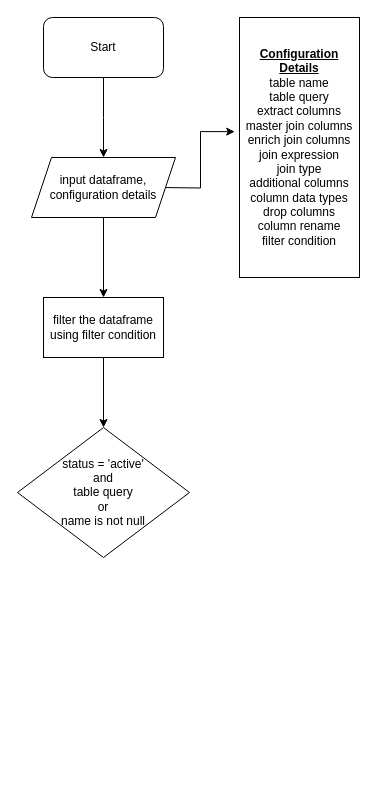
praneethsai83/GenericProcessing keeps this draw.io diagram as page "enrichment" (2 of 2) of JSONParsing.drawio. Above is the earlier version. Source tidied: cells renumbered, new cells numbered last; positions are measured from the earlier drawing's top-left corner, leaving out a move shared by most shapes. Both pictures are drawn from the tidied source at 100%, with x=0, y=0 at pixel (17, 17).
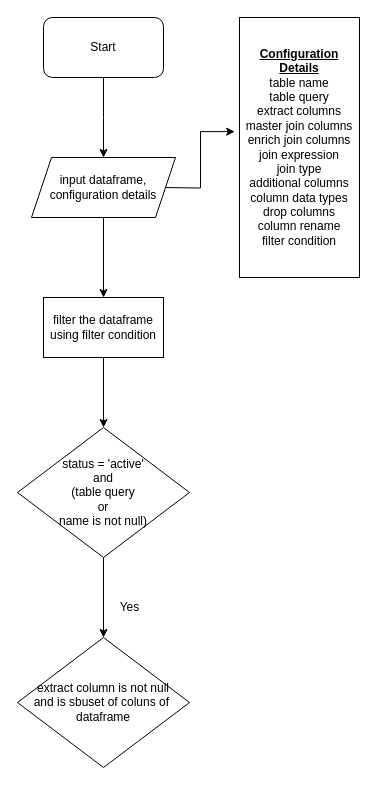
The same page after the edit.

What changed in the source:
```diff
@@
 <mxGraphModel>
   <root>
     <mxCell id="0" />
     <mxCell id="1" parent="0" />
     <mxCell id="2" style="edgeStyle=orthogonalEdgeStyle;rounded=0;jettySize=auto;html=1;" parent="1" edge="1" source="3">
       <mxGeometry relative="1" as="geometry">
         <mxPoint x="86" y="140" as="targetPoint" />
       </mxGeometry>
     </mxCell>
     <mxCell id="3" value="Start" style="rounded=1;whiteSpace=wrap;html=1;" parent="1" vertex="1">
       <mxGeometry x="26" width="120" height="60" as="geometry" />
     </mxCell>
     <mxCell id="4" style="edgeStyle=orthogonalEdgeStyle;rounded=0;jettySize=auto;html=1;entryX=-0.04;entryY=0.439;entryDx=0;entryDy=0;entryPerimeter=0;" parent="1" edge="1" target="5">
       <mxGeometry relative="1" as="geometry">
         <mxPoint x="143" y="170" as="sourcePoint" />
       </mxGeometry>
     </mxCell>
     <mxCell id="5" value="&lt;b&gt;&lt;u&gt;Configuration Details&lt;/u&gt;&lt;/b&gt;&lt;br&gt;table name&lt;br&gt;table query&lt;br&gt;extract columns&lt;br&gt;master join columns&lt;br&gt;enrich join columns&lt;br&gt;join expression&lt;br&gt;join type&lt;br&gt;additional columns&lt;br&gt;column data types&lt;br&gt;drop columns&lt;br&gt;column rename&lt;br&gt;filter condition" style="rounded=0;whiteSpace=wrap;html=1;" parent="1" vertex="1">
       <mxGeometry x="222" width="120" height="260" as="geometry" />
     </mxCell>
     <mxCell id="6" style="edgeStyle=orthogonalEdgeStyle;rounded=0;jettySize=auto;html=1;" parent="1" edge="1" source="7" target="9">
       <mxGeometry relative="1" as="geometry" />
     </mxCell>
     <mxCell id="7" value="input dataframe, configuration details" style="shape=parallelogram;perimeter=parallelogramPerimeter;whiteSpace=wrap;html=1;fixedSize=1;" parent="1" vertex="1">
       <mxGeometry x="14" y="140" width="144" height="60" as="geometry" />
     </mxCell>
     <mxCell id="8" style="edgeStyle=orthogonalEdgeStyle;rounded=0;jettySize=auto;html=1;" parent="1" edge="1" source="9" target="10">
       <mxGeometry relative="1" as="geometry" />
     </mxCell>
     <mxCell id="9" value="filter the dataframe using filter condition" style="whiteSpace=wrap;html=1;" parent="1" vertex="1">
       <mxGeometry x="26" y="280" width="120" height="60" as="geometry" />
     </mxCell>
+    <mxCell id="11" style="edgeStyle=orthogonalEdgeStyle;rounded=0;jettySize=auto;html=1;" parent="1" edge="1" source="10" target="12">
+      <mxGeometry relative="1" as="geometry" />
+    </mxCell>
-    <mxCell id="10" value="status = 'active' &lt;br&gt;and &lt;br&gt;table query &lt;br&gt;or &lt;br&gt;name is not null" style="rhombus;whiteSpace=wrap;html=1;" parent="1" vertex="1">
+    <mxCell id="10" value="status = 'active' &lt;br&gt;and &lt;br&gt;(table query &lt;br&gt;or &lt;br&gt;name is not null)" style="rhombus;whiteSpace=wrap;html=1;" parent="1" vertex="1">
       <mxGeometry y="410" width="172" height="130" as="geometry" />
     </mxCell>
+    <mxCell id="12" value="extract column is not null&lt;br&gt;and is sbuset of coluns of&amp;nbsp;&lt;br&gt;dataframe" style="rhombus;whiteSpace=wrap;html=1;" parent="1" vertex="1">
+      <mxGeometry y="620" width="172" height="130" as="geometry" />
+    </mxCell>
+    <mxCell id="13" value="Yes" style="text;html=1;align=center;verticalAlign=middle;strokeColor=none;" parent="1" vertex="1">
+      <mxGeometry x="97" y="580" width="30" height="20" as="geometry" />
+    </mxCell>
   </root>
 </mxGraphModel>
```
